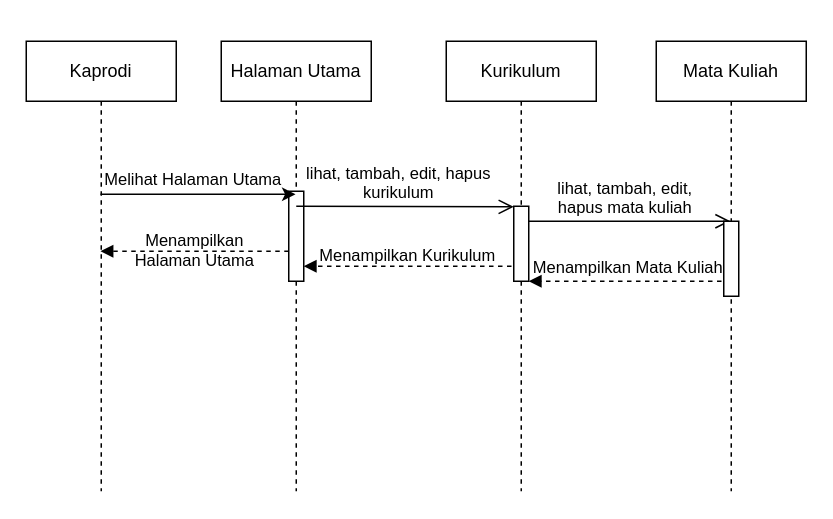
Above: page "Sequence" (3 of 3) of draw.io/UML-kurikulum.drawio in ributwiboworahayu/laporan-TA (draw.io), before the change. Source tidied: cells renumbered, new cells numbered last; positions are measured from the earlier drawing's top-left corner, leaving out a move shared by most shapes. Both pictures are drawn from the tidied source at 150%, with x=0, y=0 at pixel (26, 40).
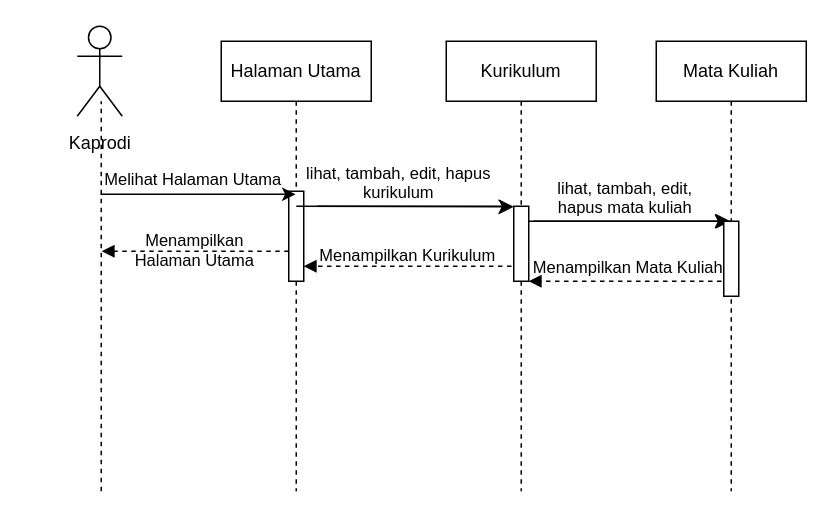
After the change.

The change refers to these unchanged cells:
```xml
<mxCell id="2" value="Halaman Utama" style="shape=umlLifeline;perimeter=lifelinePerimeter;whiteSpace=wrap;html=1;" parent="1" vertex="1">
  <mxGeometry x="130" width="100" height="300" as="geometry" />
</mxCell>
<mxCell id="6" value="Kurikulum" style="shape=umlLifeline;perimeter=lifelinePerimeter;whiteSpace=wrap;html=1;outlineConnect=0;" parent="1" vertex="1">
  <mxGeometry x="280" width="100" height="300" as="geometry" />
</mxCell>
```

What changed in the source:
```diff
@@
-    <mxCell id="4" style="html=1;verticalAlign=bottom;labelBackgroundColor=none;endArrow=block;endFill=1;dashed=1;rounded=0;" parent="2" edge="1" target="19">
+    <mxCell id="4" style="html=1;verticalAlign=bottom;labelBackgroundColor=none;endArrow=block;endFill=1;dashed=1;rounded=0;" parent="2" edge="1">
       <mxGeometry relative="1" as="geometry">
         <mxPoint x="45" y="140" as="sourcePoint" />
+        <mxPoint x="-79.7" y="140" as="targetPoint" />
       </mxGeometry>
     </mxCell>
@@
+    <mxCell id="21" style="endArrow=classic;html=1;rounded=0;fontSize=12;" parent="6" edge="1">
+      <mxGeometry relative="1" as="geometry">
+        <mxPoint x="58" y="120" as="sourcePoint" />
+        <mxPoint x="188" y="120" as="targetPoint" />
+      </mxGeometry>
+    </mxCell>
@@
+    <mxCell id="20" style="endArrow=classic;html=1;rounded=0;fontSize=14;" parent="1" edge="1">
+      <mxGeometry relative="1" as="geometry">
+        <mxPoint x="49.5" y="102" as="sourcePoint" />
+        <mxPoint x="179.5" y="102" as="targetPoint" />
+        <Array as="points">
+          <mxPoint x="150" y="102" />
+        </Array>
+      </mxGeometry>
+    </mxCell>
-    <mxCell id="19" value="Kaprodi" style="shape=umlLifeline;perimeter=lifelinePerimeter;whiteSpace=wrap;html=1;outlineConnect=0;" parent="1" vertex="1">
-      <mxGeometry width="100" height="300" as="geometry" />
+    <mxCell id="19" value="&lt;font style=&quot;font-size: 12px&quot;&gt;Kaprodi&lt;/font&gt;" style="shape=umlActor;verticalLabelPosition=bottom;verticalAlign=top;html=1;outlineConnect=0;fontSize=16;" parent="1" vertex="1">
+      <mxGeometry x="34" y="-10" width="30" height="60" as="geometry" />
     </mxCell>
-    <mxCell id="20" style="endArrow=classic;html=1;rounded=0;fontSize=14;" parent="1" edge="1">
-      <mxGeometry relative="1" as="geometry">
-        <mxPoint x="49.5" y="102" as="sourcePoint" />
-        <mxPoint x="179.5" y="102" as="targetPoint" />
-        <Array as="points">
-          <mxPoint x="150" y="102" />
-        </Array>
-      </mxGeometry>
-    </mxCell>
+    <mxCell id="22" style="endArrow=none;dashed=1;html=1;rounded=0;fontSize=16;entryX=0.533;entryY=0.833;entryDx=0;entryDy=0;entryPerimeter=0;" parent="1" edge="1" target="19">
+      <mxGeometry relative="1" as="geometry">
+        <mxPoint x="50" y="300" as="sourcePoint" />
+      </mxGeometry>
+    </mxCell>
+    <mxCell id="23" style="endArrow=classic;html=1;rounded=0;fontSize=12;" parent="1" edge="1">
+      <mxGeometry relative="1" as="geometry">
+        <mxPoint x="194" y="110" as="sourcePoint" />
+        <mxPoint x="324" y="110" as="targetPoint" />
+      </mxGeometry>
+    </mxCell>
```
